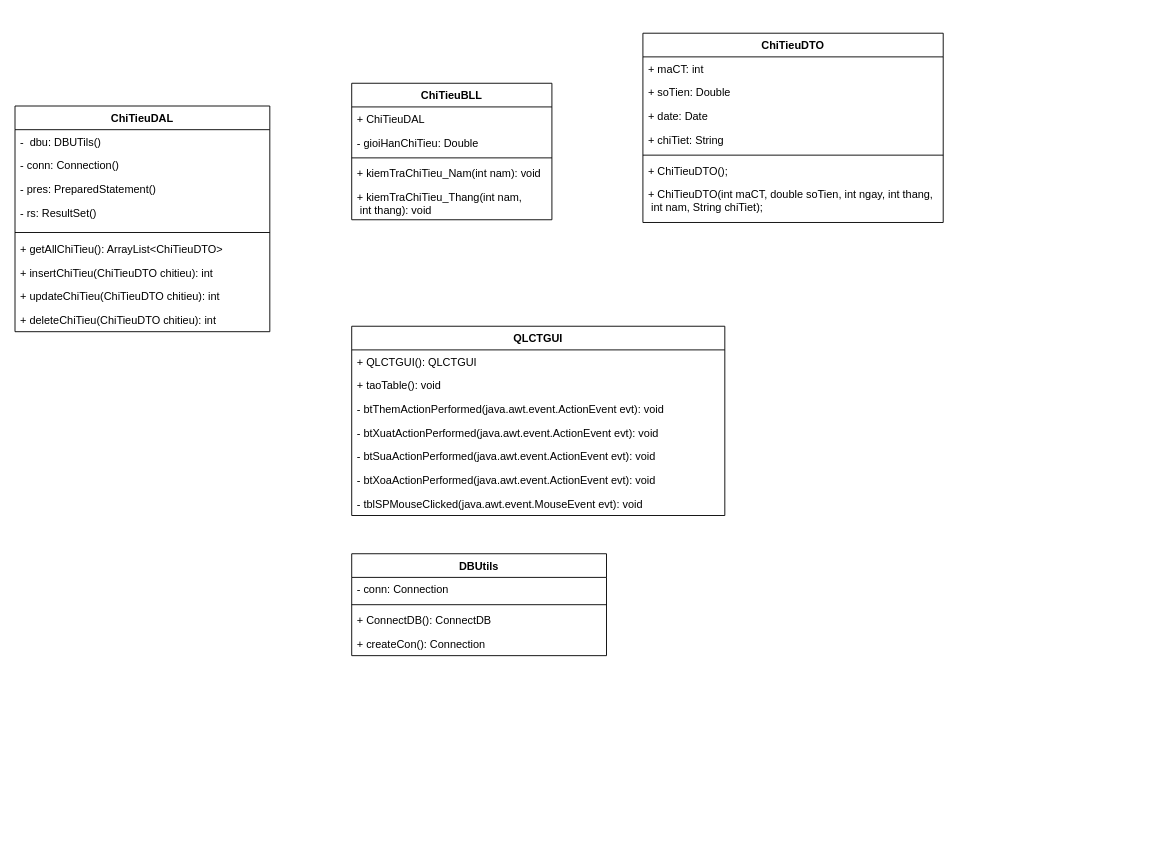
Before: Diagrams/ClassDiagrams.drawio in AkallHuynh/IS216.L21.HTCL-Java, a draw.io diagram. Source tidied: cells renumbered, new cells numbered last; positions are measured from the earlier drawing's top-left corner, leaving out a move shared by most shapes. Both pictures are drawn from the tidied source at 91%, with x=0, y=0 at pixel (15, 33).
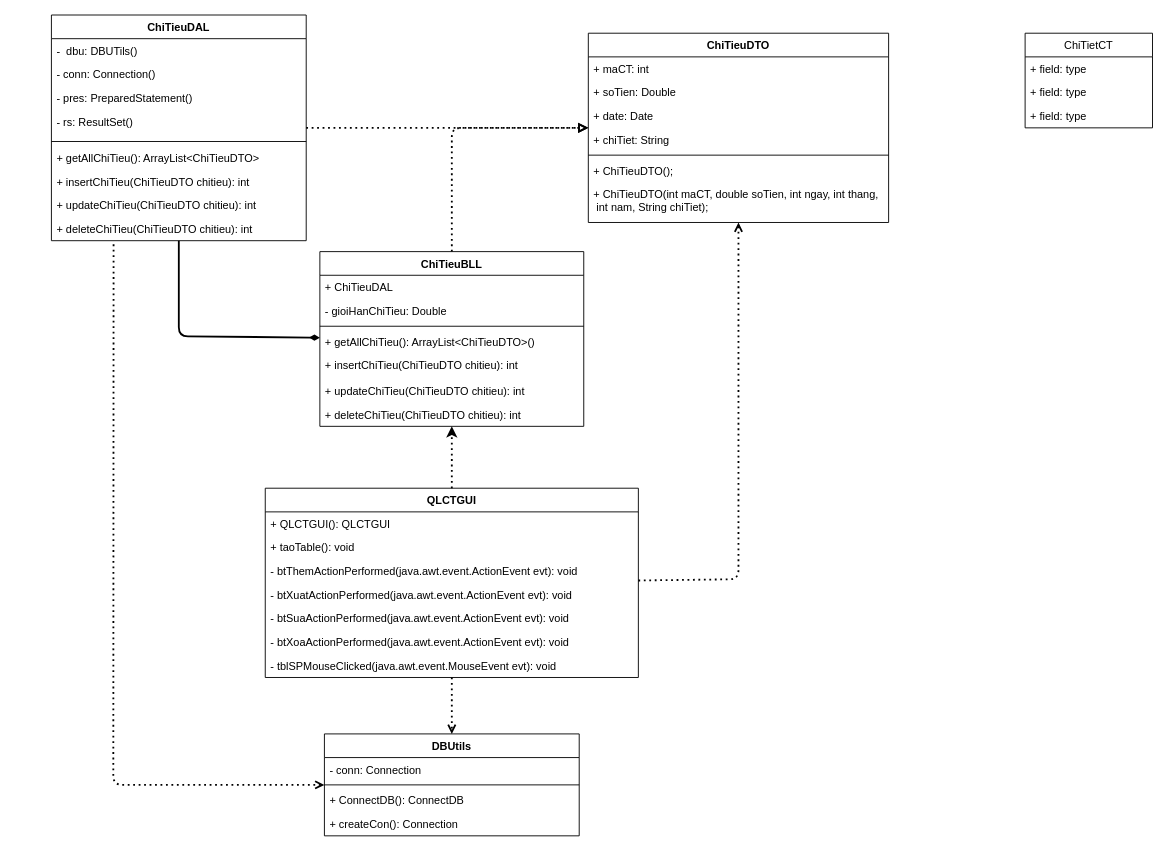
The same diagram, later.

The change refers to these unchanged cells:
```xml
<mxCell id="38" value="+ deleteChiTieu(ChiTieuDTO chitieu): int" style="text;strokeColor=none;fillColor=none;align=left;verticalAlign=top;spacingLeft=4;spacingRight=4;overflow=hidden;points=[[0,0.5],[1,0.5]];portConstraint=eastwest;" parent="29" vertex="1">
  <mxGeometry y="222" width="280" height="26" as="geometry" />
</mxCell>
```

The edit, as a diff of the source:
```diff
@@
     <mxCell id="2" value="ChiTieuDTO" style="swimlane;fontStyle=1;align=center;verticalAlign=top;horizontal=1;startSize=26;" parent="1" vertex="1">
-      <mxGeometry x="690" width="330" height="208" as="geometry" />
+      <mxGeometry x="630" width="330" height="208" as="geometry" />
     </mxCell>
@@
     <mxCell id="10" value="ChiTieuBLL" style="swimlane;fontStyle=1;align=center;verticalAlign=top;horizontal=1;startSize=26;" parent="1" vertex="1">
-      <mxGeometry x="370" y="55" width="220" height="150" as="geometry" />
+      <mxGeometry x="335" y="240" width="290" height="192" as="geometry" />
     </mxCell>
     <mxCell id="11" value="+ ChiTieuDAL" style="text;strokeColor=none;fillColor=none;align=left;verticalAlign=top;spacingLeft=4;spacingRight=4;overflow=hidden;" parent="10" vertex="1">
-      <mxGeometry y="26" width="220" height="26" as="geometry" />
+      <mxGeometry y="26" width="290" height="26" as="geometry" />
     </mxCell>
     <mxCell id="12" value="- gioiHanChiTieu: Double" style="text;strokeColor=none;fillColor=none;align=left;verticalAlign=top;spacingLeft=4;spacingRight=4;overflow=hidden;" parent="10" vertex="1">
-      <mxGeometry y="52" width="220" height="26" as="geometry" />
+      <mxGeometry y="52" width="290" height="26" as="geometry" />
     </mxCell>
     <mxCell id="13" style="line;strokeWidth=1;fillColor=none;align=left;verticalAlign=middle;spacingTop=-1;spacingLeft=3;spacingRight=3;labelPosition=right;" parent="10" vertex="1">
-      <mxGeometry y="78" width="220" height="8" as="geometry" />
+      <mxGeometry y="78" width="290" height="8" as="geometry" />
     </mxCell>
-    <mxCell id="14" value="+ kiemTraChiTieu_Nam(int nam): void" style="text;strokeColor=none;fillColor=none;align=left;verticalAlign=top;spacingLeft=4;spacingRight=4;overflow=hidden;" parent="10" vertex="1">
-      <mxGeometry y="86" width="220" height="26" as="geometry" />
+    <mxCell id="14" value="+ getAllChiTieu(): ArrayList&lt;ChiTieuDTO&gt;()" style="text;strokeColor=none;fillColor=none;align=left;verticalAlign=top;spacingLeft=4;spacingRight=4;overflow=hidden;" parent="10" vertex="1">
+      <mxGeometry y="86" width="290" height="26" as="geometry" />
     </mxCell>
-    <mxCell id="15" value="+ kiemTraChiTieu_Thang(int nam,&#10; int thang): void" style="text;strokeColor=none;fillColor=none;align=left;verticalAlign=top;spacingLeft=4;spacingRight=4;overflow=hidden;" parent="10" vertex="1">
-      <mxGeometry y="112" width="220" height="38" as="geometry" />
+    <mxCell id="15" value="+ insertChiTieu(ChiTieuDTO chitieu): int" style="text;strokeColor=none;fillColor=none;align=left;verticalAlign=top;spacingLeft=4;spacingRight=4;overflow=hidden;" parent="10" vertex="1">
+      <mxGeometry y="112" width="290" height="28" as="geometry" />
     </mxCell>
+    <mxCell id="39" value="+ updateChiTieu(ChiTieuDTO chitieu): int" style="text;strokeColor=none;fillColor=none;align=left;verticalAlign=top;spacingLeft=4;spacingRight=4;overflow=hidden;" parent="10" vertex="1">
+      <mxGeometry y="140" width="290" height="26" as="geometry" />
+    </mxCell>
+    <mxCell id="40" value="+ deleteChiTieu(ChiTieuDTO chitieu): int" style="text;strokeColor=none;fillColor=none;align=left;verticalAlign=top;spacingLeft=4;spacingRight=4;overflow=hidden;" parent="10" vertex="1">
+      <mxGeometry y="166" width="290" height="26" as="geometry" />
+    </mxCell>
     <mxCell id="16" value="DBUtils" style="swimlane;fontStyle=1;align=center;verticalAlign=top;horizontal=1;startSize=26;" parent="1" vertex="1">
-      <mxGeometry x="370" y="572" width="280" height="112" as="geometry" />
+      <mxGeometry x="340" y="770" width="280" height="112" as="geometry" />
     </mxCell>
@@
     <mxCell id="21" value="QLCTGUI" style="swimlane;fontStyle=1;horizontal=1;startSize=26;fillColor=none;" parent="1" vertex="1">
-      <mxGeometry x="370" y="322" width="410" height="208" as="geometry" />
+      <mxGeometry x="275" y="500" width="410" height="208" as="geometry" />
     </mxCell>
@@
     <mxCell id="29" value="ChiTieuDAL" style="swimlane;fontStyle=1;horizontal=1;startSize=26;fillColor=none;" parent="1" vertex="1">
-      <mxGeometry y="80" width="280" height="248" as="geometry" />
+      <mxGeometry x="40" y="-20" width="280" height="248" as="geometry" />
     </mxCell>
@@
+    <mxCell id="41" style="endArrow=block;html=1;exitX=0.5;exitY=0;exitDx=0;exitDy=0;endFill=0;strokeWidth=2;dashed=1;dashPattern=1 2;" parent="1" edge="1" source="10" target="2">
+      <mxGeometry relative="1" as="geometry">
+        <Array as="points">
+          <mxPoint x="480" y="104" />
+        </Array>
+      </mxGeometry>
+    </mxCell>
+    <mxCell id="42" style="endArrow=block;html=1;endFill=0;strokeWidth=2;dashed=1;dashPattern=1 2;" parent="1" edge="1" source="29" target="2">
+      <mxGeometry relative="1" as="geometry" />
+    </mxCell>
+    <mxCell id="43" style="endArrow=diamondThin;html=1;strokeWidth=2;endFill=1;" parent="1" edge="1" source="29" target="10">
+      <mxGeometry relative="1" as="geometry">
+        <Array as="points">
+          <mxPoint x="180" y="333" />
+        </Array>
+      </mxGeometry>
+    </mxCell>
+    <mxCell id="44" style="endArrow=open;html=1;dashed=1;dashPattern=1 2;exitX=0.244;exitY=1.154;exitDx=0;exitDy=0;exitPerimeter=0;strokeWidth=2;endFill=0;" parent="1" edge="1" source="38" target="16">
+      <mxGeometry relative="1" as="geometry">
+        <Array as="points">
+          <mxPoint x="108" y="826" />
+        </Array>
+      </mxGeometry>
+    </mxCell>
+    <mxCell id="45" style="endArrow=open;html=1;dashed=1;dashPattern=1 2;strokeWidth=2;endFill=0;" parent="1" edge="1" source="21" target="16">
+      <mxGeometry relative="1" as="geometry" />
+    </mxCell>
+    <mxCell id="46" style="endArrow=open;html=1;dashed=1;dashPattern=1 2;strokeWidth=2;endFill=0;" parent="1" edge="1" source="21" target="2">
+      <mxGeometry relative="1" as="geometry">
+        <Array as="points">
+          <mxPoint x="795" y="600" />
+        </Array>
+      </mxGeometry>
+    </mxCell>
+    <mxCell id="47" style="endArrow=classic;html=1;dashed=1;dashPattern=1 2;strokeWidth=2;" parent="1" edge="1" source="21" target="10">
+      <mxGeometry relative="1" as="geometry" />
+    </mxCell>
+    <mxCell id="48" value="ChiTietCT" style="swimlane;fontStyle=0;horizontal=1;startSize=26;fillColor=none;" parent="1" vertex="1">
+      <mxGeometry x="1110" width="140" height="104" as="geometry" />
+    </mxCell>
+    <mxCell id="49" value="+ field: type" style="text;strokeColor=none;fillColor=none;align=left;verticalAlign=top;spacingLeft=4;spacingRight=4;overflow=hidden;" parent="48" vertex="1">
+      <mxGeometry y="26" width="140" height="26" as="geometry" />
+    </mxCell>
+    <mxCell id="50" value="+ field: type" style="text;strokeColor=none;fillColor=none;align=left;verticalAlign=top;spacingLeft=4;spacingRight=4;overflow=hidden;" parent="48" vertex="1">
+      <mxGeometry y="52" width="140" height="26" as="geometry" />
+    </mxCell>
+    <mxCell id="51" value="+ field: type" style="text;strokeColor=none;fillColor=none;align=left;verticalAlign=top;spacingLeft=4;spacingRight=4;overflow=hidden;" parent="48" vertex="1">
+      <mxGeometry y="78" width="140" height="26" as="geometry" />
+    </mxCell>
```
